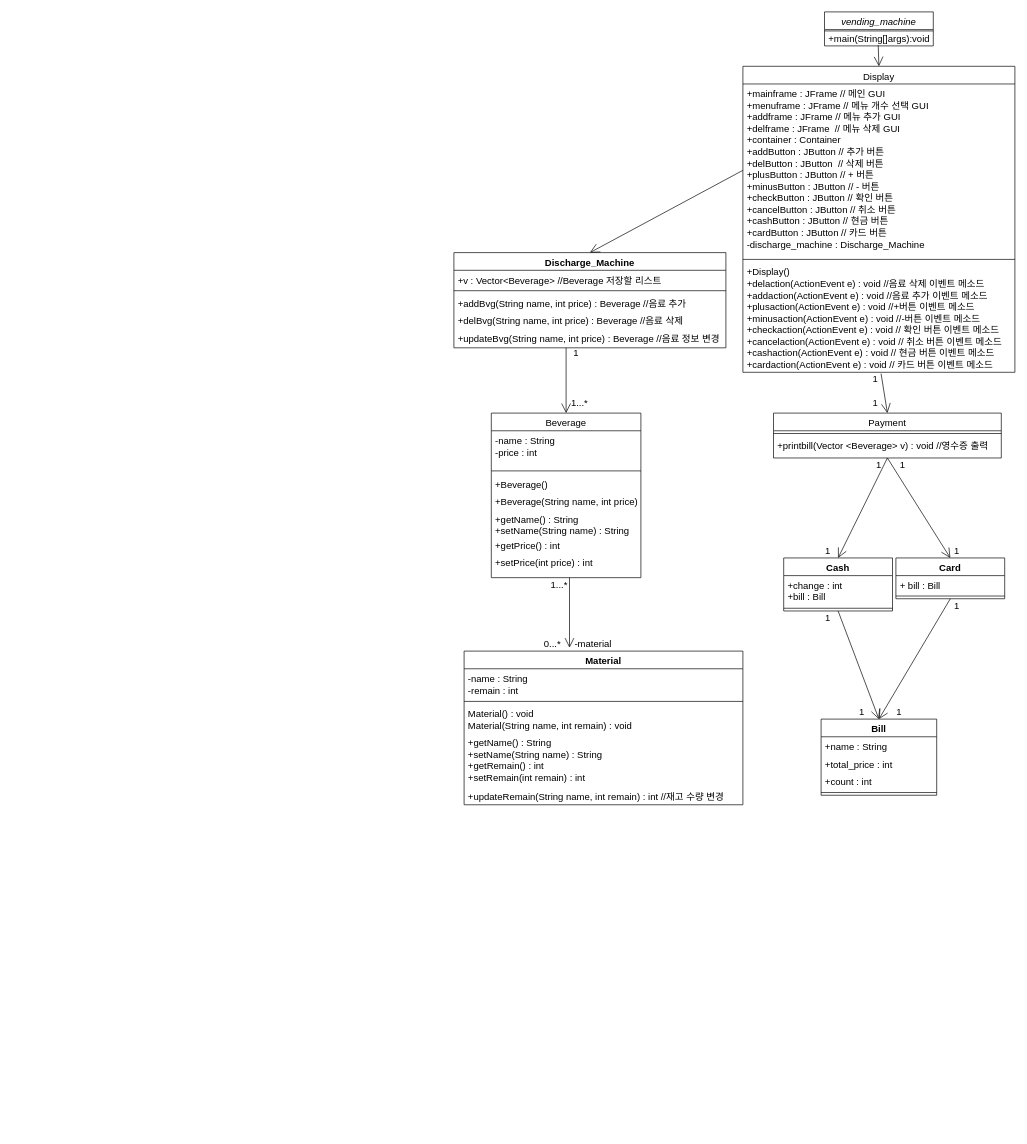
ans2568/Messenger keeps this draw.io diagram as Untitled Diagram.drawio. Above is the earlier version. Source tidied: cells renumbered, new cells numbered last; positions are measured from the earlier drawing's top-left corner, leaving out a move shared by most shapes. Both pictures are drawn from the tidied source at 68%, with x=0, y=0 at pixel (454, 12).
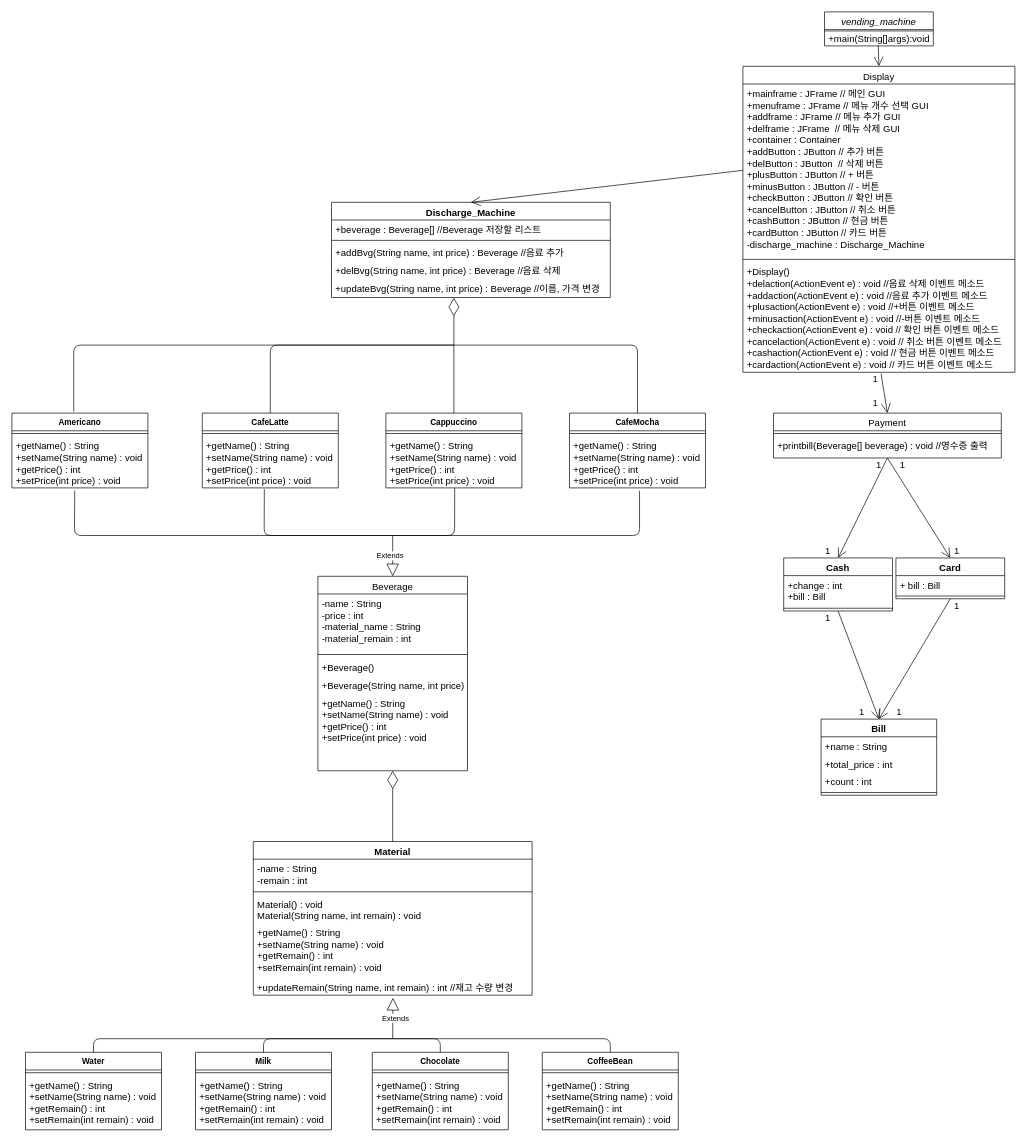
The same diagram, later.

The change refers to these unchanged cells:
```xml
<mxCell id="17" value="Payment" style="swimlane;fontStyle=0;align=center;verticalAlign=top;horizontal=1;startSize=26;rounded=0;shadow=0;strokeWidth=1;fontSize=14;" parent="1" vertex="1">
  <mxGeometry x="470" y="590" width="335" height="66" as="geometry" />
</mxCell>
<mxCell id="36" value="+updateRemain(String name, int remain) : int //재고 수량 변경" style="text;strokeColor=none;fillColor=none;align=left;verticalAlign=top;spacingLeft=4;spacingRight=4;overflow=hidden;points=[[0,0.5],[1,0.5]];portConstraint=eastwest;fontSize=14;" parent="31" vertex="1">
  <mxGeometry y="200" width="410" height="26" as="geometry" />
</mxCell>
```

The edit, as a diff of the source:
```diff
@@
     <mxCell id="5" value="Beverage" style="swimlane;fontStyle=0;align=center;verticalAlign=top;horizontal=1;startSize=26;rounded=0;shadow=0;strokeWidth=1;fontSize=14;" parent="1" vertex="1">
-      <mxGeometry x="55" y="590" width="220" height="242" as="geometry" />
+      <mxGeometry x="-200" y="830" width="220" height="286" as="geometry" />
     </mxCell>
-    <mxCell id="6" value="-name : String&#10;-price : int" style="text;align=left;verticalAlign=top;spacingLeft=4;spacingRight=4;overflow=hidden;fontSize=14;" parent="5" vertex="1">
-      <mxGeometry y="26" width="220" height="54" as="geometry" />
+    <mxCell id="6" value="-name : String&#10;-price : int&#10;-material_name : String&#10;-material_remain : int" style="text;align=left;verticalAlign=top;spacingLeft=4;spacingRight=4;overflow=hidden;fontSize=14;" parent="5" vertex="1">
+      <mxGeometry y="26" width="220" height="84" as="geometry" />
     </mxCell>
     <mxCell id="7" style="line;html=1;strokeWidth=1;align=left;verticalAlign=middle;spacingTop=-1;spacingLeft=3;spacingRight=3;labelPosition=right;fontSize=14;" parent="5" vertex="1">
-      <mxGeometry y="80" width="220" height="10" as="geometry" />
+      <mxGeometry y="110" width="220" height="10" as="geometry" />
     </mxCell>
     <mxCell id="8" value="+Beverage()" style="text;align=left;verticalAlign=top;spacingLeft=4;spacingRight=4;overflow=hidden;fontSize=14;" parent="5" vertex="1">
-      <mxGeometry y="90" width="220" height="26" as="geometry" />
+      <mxGeometry y="120" width="220" height="26" as="geometry" />
     </mxCell>
     <mxCell id="9" value="+Beverage(String name, int price)" style="text;align=left;verticalAlign=top;spacingLeft=4;spacingRight=4;overflow=hidden;fontSize=14;" parent="5" vertex="1">
-      <mxGeometry y="116" width="220" height="26" as="geometry" />
+      <mxGeometry y="146" width="220" height="26" as="geometry" />
     </mxCell>
-    <mxCell id="10" value="+getName() : String&#10;+setName(String name) : String" style="text;align=left;verticalAlign=top;spacingLeft=4;spacingRight=4;overflow=hidden;fontSize=14;" parent="5" vertex="1">
-      <mxGeometry y="142" width="220" height="38" as="geometry" />
-    </mxCell>
-    <mxCell id="11" value="+getPrice() : int" style="text;align=left;verticalAlign=top;spacingLeft=4;spacingRight=4;overflow=hidden;fontSize=14;" parent="5" vertex="1">
-      <mxGeometry y="180" width="220" height="26" as="geometry" />
-    </mxCell>
-    <mxCell id="12" value="+setPrice(int price) : int" style="text;align=left;verticalAlign=top;spacingLeft=4;spacingRight=4;overflow=hidden;fontSize=14;" parent="5" vertex="1">
-      <mxGeometry y="206" width="220" height="26" as="geometry" />
-    </mxCell>
+    <mxCell id="67" value="+getName() : String&#10;+setName(String name) : void&#10;+getPrice() : int&#10;+setPrice(int price) : void" style="text;align=left;verticalAlign=top;spacingLeft=4;spacingRight=4;overflow=hidden;fontSize=14;" parent="5" vertex="1">
+      <mxGeometry y="172" width="220" height="76" as="geometry" />
+    </mxCell>
@@
-    <mxCell id="19" value="+printbill(Vector &lt;Beverage&gt; v) : void //영수증 출력&#10;" style="text;align=left;verticalAlign=top;spacingLeft=4;spacingRight=4;overflow=hidden;fontSize=14;" parent="17" vertex="1">
+    <mxCell id="19" value="+printbill(Beverage[] beverage) : void //영수증 출력&#10;" style="text;align=left;verticalAlign=top;spacingLeft=4;spacingRight=4;overflow=hidden;fontSize=14;" parent="17" vertex="1">
       <mxGeometry y="34" width="335" height="26" as="geometry" />
     </mxCell>
@@
     <mxCell id="25" value="Discharge_Machine" style="swimlane;fontStyle=1;align=center;verticalAlign=top;horizontal=1;startSize=26;fillColor=#ffffff;html=0;fontSize=14;" parent="1" vertex="1">
-      <mxGeometry y="354" width="400" height="140" as="geometry" />
+      <mxGeometry x="-180" y="280" width="410" height="140" as="geometry" />
     </mxCell>
-    <mxCell id="26" value="+v : Vector&lt;Beverage&gt; //Beverage 저장할 리스트" style="text;strokeColor=none;fillColor=none;align=left;verticalAlign=top;spacingLeft=4;spacingRight=4;overflow=hidden;fontSize=14;" parent="25" vertex="1">
-      <mxGeometry y="26" width="400" height="26" as="geometry" />
+    <mxCell id="26" value="+beverage : Beverage[] //Beverage 저장할 리스트" style="text;strokeColor=none;fillColor=none;align=left;verticalAlign=top;spacingLeft=4;spacingRight=4;overflow=hidden;fontSize=14;" parent="25" vertex="1">
+      <mxGeometry y="26" width="410" height="26" as="geometry" />
     </mxCell>
     <mxCell id="27" style="line;strokeWidth=1;fillColor=none;align=left;verticalAlign=middle;spacingTop=-1;spacingLeft=3;spacingRight=3;labelPosition=right;fontSize=14;" parent="25" vertex="1">
-      <mxGeometry y="52" width="400" height="8" as="geometry" />
+      <mxGeometry y="52" width="410" height="8" as="geometry" />
     </mxCell>
     <mxCell id="28" value="+addBvg(String name, int price) : Beverage //음료 추가" style="text;align=left;verticalAlign=top;spacingLeft=4;spacingRight=4;overflow=hidden;fontSize=14;" parent="25" vertex="1">
-      <mxGeometry y="60" width="400" height="26" as="geometry" />
+      <mxGeometry y="60" width="410" height="26" as="geometry" />
     </mxCell>
     <mxCell id="29" value="+delBvg(String name, int price) : Beverage //음료 삭제" style="text;align=left;verticalAlign=top;spacingLeft=4;spacingRight=4;overflow=hidden;fontSize=14;" parent="25" vertex="1">
-      <mxGeometry y="86" width="400" height="26" as="geometry" />
+      <mxGeometry y="86" width="410" height="26" as="geometry" />
     </mxCell>
-    <mxCell id="30" value="+updateBvg(String name, int price) : Beverage //음료 정보 변경" style="text;align=left;verticalAlign=top;spacingLeft=4;spacingRight=4;overflow=hidden;points=[[0,0.5],[1,0.5]];portConstraint=eastwest;fontSize=14;" parent="25" vertex="1">
-      <mxGeometry y="112" width="400" height="28" as="geometry" />
+    <mxCell id="30" value="+updateBvg(String name, int price) : Beverage //이름, 가격 변경" style="text;align=left;verticalAlign=top;spacingLeft=4;spacingRight=4;overflow=hidden;points=[[0,0.5],[1,0.5]];portConstraint=eastwest;fontSize=14;" parent="25" vertex="1">
+      <mxGeometry y="112" width="410" height="28" as="geometry" />
     </mxCell>
     <mxCell id="31" value="Material" style="swimlane;fontStyle=1;align=center;verticalAlign=top;horizontal=1;startSize=26;fontSize=14;" parent="1" vertex="1">
-      <mxGeometry x="15" y="940" width="410" height="226" as="geometry" />
+      <mxGeometry x="-295" y="1220" width="410" height="226" as="geometry" />
     </mxCell>
@@
-    <mxCell id="35" value="+getName() : String&#10;+setName(String name) : String&#10;+getRemain() : int&#10;+setRemain(int remain) : int" style="text;strokeColor=none;fillColor=none;align=left;verticalAlign=top;spacingLeft=4;spacingRight=4;overflow=hidden;fontSize=14;" parent="31" vertex="1">
+    <mxCell id="35" value="+getName() : String&#10;+setName(String name) : void&#10;+getRemain() : int&#10;+setRemain(int remain) : void" style="text;strokeColor=none;fillColor=none;align=left;verticalAlign=top;spacingLeft=4;spacingRight=4;overflow=hidden;fontSize=14;" parent="31" vertex="1">
       <mxGeometry y="120" width="410" height="80" as="geometry" />
     </mxCell>
@@
-    <mxCell id="37" style="endArrow=open;endFill=1;endSize=12;html=1;entryX=0;entryY=0.75;entryDx=0;entryDy=0;fontSize=14;" parent="1" edge="1" target="38">
-      <mxGeometry relative="1" as="geometry">
-        <mxPoint x="170" y="832" as="sourcePoint" />
-      </mxGeometry>
-    </mxCell>
-    <mxCell id="38" value="-material" style="text;html=1;strokeColor=none;fillColor=none;align=center;verticalAlign=middle;whiteSpace=wrap;rounded=0;fontSize=14;" parent="1" vertex="1">
-      <mxGeometry x="170" y="920" width="70" height="20" as="geometry" />
-    </mxCell>
-    <mxCell id="39" style="endArrow=open;endFill=1;endSize=12;html=1;entryX=0.5;entryY=0;entryDx=0;entryDy=0;fontSize=14;" parent="1" edge="1" target="5">
-      <mxGeometry relative="1" as="geometry">
-        <mxPoint x="165" y="494" as="sourcePoint" />
-      </mxGeometry>
-    </mxCell>
-    <mxCell id="40" value="1" style="text;html=1;strokeColor=none;fillColor=none;align=center;verticalAlign=middle;whiteSpace=wrap;rounded=0;fontSize=14;" parent="1" vertex="1">
-      <mxGeometry x="170" y="492" width="20" height="20" as="geometry" />
-    </mxCell>
-    <mxCell id="41" value="1...*" style="text;html=1;strokeColor=none;fillColor=none;align=center;verticalAlign=middle;whiteSpace=wrap;rounded=0;fontSize=14;" parent="1" vertex="1">
-      <mxGeometry x="170" y="565" width="30" height="20" as="geometry" />
-    </mxCell>
@@
-    <mxCell id="63" value="1...*" style="text;html=1;strokeColor=none;fillColor=none;align=center;verticalAlign=middle;whiteSpace=wrap;rounded=0;fontSize=14;" parent="1" vertex="1">
-      <mxGeometry x="140" y="832" width="30" height="20" as="geometry" />
-    </mxCell>
-    <mxCell id="64" value="0...*" style="text;html=1;strokeColor=none;fillColor=none;align=center;verticalAlign=middle;whiteSpace=wrap;rounded=0;fontSize=14;" parent="1" vertex="1">
-      <mxGeometry x="130" y="920" width="30" height="20" as="geometry" />
-    </mxCell>
@@
+    <mxCell id="68" value="Cappuccino" style="swimlane;fontStyle=1;align=center;verticalAlign=top;horizontal=1;startSize=26;" parent="1" vertex="1">
+      <mxGeometry x="-100" y="590" width="200" height="110" as="geometry" />
+    </mxCell>
+    <mxCell id="69" style="line;strokeWidth=1;fillColor=none;align=left;verticalAlign=middle;spacingTop=-1;spacingLeft=3;spacingRight=3;labelPosition=right;" parent="68" vertex="1">
+      <mxGeometry y="26" width="200" height="8" as="geometry" />
+    </mxCell>
+    <mxCell id="70" value="+getName() : String&#10;+setName(String name) : void&#10;+getPrice() : int&#10;+setPrice(int price) : void" style="text;align=left;verticalAlign=top;spacingLeft=4;spacingRight=4;overflow=hidden;points=[[0,0.5],[1,0.5]];portConstraint=eastwest;fontSize=14;" parent="68" vertex="1">
+      <mxGeometry y="34" width="200" height="76" as="geometry" />
+    </mxCell>
+    <mxCell id="71" value="CafeMocha" style="swimlane;fontStyle=1;align=center;verticalAlign=top;horizontal=1;startSize=26;" parent="1" vertex="1">
+      <mxGeometry x="170" y="590" width="200" height="110" as="geometry" />
+    </mxCell>
+    <mxCell id="72" style="line;strokeWidth=1;fillColor=none;align=left;verticalAlign=middle;spacingTop=-1;spacingLeft=3;spacingRight=3;labelPosition=right;" parent="71" vertex="1">
+      <mxGeometry y="26" width="200" height="8" as="geometry" />
+    </mxCell>
+    <mxCell id="73" value="+getName() : String&#10;+setName(String name) : void&#10;+getPrice() : int&#10;+setPrice(int price) : void" style="text;align=left;verticalAlign=top;spacingLeft=4;spacingRight=4;overflow=hidden;points=[[0,0.5],[1,0.5]];portConstraint=eastwest;fontSize=14;" parent="71" vertex="1">
+      <mxGeometry y="34" width="200" height="76" as="geometry" />
+    </mxCell>
+    <mxCell id="74" value="CafeLatte" style="swimlane;fontStyle=1;align=center;verticalAlign=top;horizontal=1;startSize=26;" parent="1" vertex="1">
+      <mxGeometry x="-370" y="590" width="200" height="110" as="geometry" />
+    </mxCell>
+    <mxCell id="75" style="line;strokeWidth=1;fillColor=none;align=left;verticalAlign=middle;spacingTop=-1;spacingLeft=3;spacingRight=3;labelPosition=right;" parent="74" vertex="1">
+      <mxGeometry y="26" width="200" height="8" as="geometry" />
+    </mxCell>
+    <mxCell id="76" value="+getName() : String&#10;+setName(String name) : void&#10;+getPrice() : int&#10;+setPrice(int price) : void" style="text;align=left;verticalAlign=top;spacingLeft=4;spacingRight=4;overflow=hidden;points=[[0,0.5],[1,0.5]];portConstraint=eastwest;fontSize=14;" parent="74" vertex="1">
+      <mxGeometry y="34" width="200" height="76" as="geometry" />
+    </mxCell>
+    <mxCell id="77" value="Americano" style="swimlane;fontStyle=1;align=center;verticalAlign=top;horizontal=1;startSize=26;" parent="1" vertex="1">
+      <mxGeometry x="-650" y="590" width="200" height="110" as="geometry" />
+    </mxCell>
+    <mxCell id="78" style="line;strokeWidth=1;fillColor=none;align=left;verticalAlign=middle;spacingTop=-1;spacingLeft=3;spacingRight=3;labelPosition=right;" parent="77" vertex="1">
+      <mxGeometry y="26" width="200" height="8" as="geometry" />
+    </mxCell>
+    <mxCell id="79" value="+getName() : String&#10;+setName(String name) : void&#10;+getPrice() : int&#10;+setPrice(int price) : void" style="text;align=left;verticalAlign=top;spacingLeft=4;spacingRight=4;overflow=hidden;points=[[0,0.5],[1,0.5]];portConstraint=eastwest;fontSize=14;" parent="77" vertex="1">
+      <mxGeometry y="34" width="200" height="76" as="geometry" />
+    </mxCell>
+    <mxCell id="80" value="Extends" style="endArrow=block;endSize=16;endFill=0;html=1;entryX=0.5;entryY=0;entryDx=0;entryDy=0;" parent="1" edge="1" target="5">
+      <mxGeometry x="0.01" y="-4" relative="1" as="geometry">
+        <mxPoint x="-90" y="770" as="sourcePoint" />
+      </mxGeometry>
+    </mxCell>
+    <mxCell id="81" style="endArrow=none;html=1;entryX=0.515;entryY=1.053;entryDx=0;entryDy=0;entryPerimeter=0;" parent="1" edge="1" target="73">
+      <mxGeometry relative="1" as="geometry">
+        <mxPoint x="-90" y="770" as="sourcePoint" />
+        <Array as="points">
+          <mxPoint x="273" y="770" />
+        </Array>
+      </mxGeometry>
+    </mxCell>
+    <mxCell id="82" style="endArrow=none;html=1;entryX=0.462;entryY=1.053;entryDx=0;entryDy=0;entryPerimeter=0;" parent="1" edge="1" target="79">
+      <mxGeometry relative="1" as="geometry">
+        <mxPoint x="-90" y="770" as="sourcePoint" />
+        <Array as="points">
+          <mxPoint x="-558" y="770" />
+        </Array>
+      </mxGeometry>
+    </mxCell>
+    <mxCell id="83" style="endArrow=none;html=1;exitX=0.506;exitY=1.006;exitDx=0;exitDy=0;exitPerimeter=0;" parent="1" edge="1" source="70">
+      <mxGeometry relative="1" as="geometry">
+        <mxPoint x="-90" y="770" as="targetPoint" />
+        <Array as="points">
+          <mxPoint x="1" y="770" />
+        </Array>
+      </mxGeometry>
+    </mxCell>
+    <mxCell id="84" style="endArrow=none;html=1;exitX=0.456;exitY=1.022;exitDx=0;exitDy=0;exitPerimeter=0;" parent="1" edge="1" source="76">
+      <mxGeometry relative="1" as="geometry">
+        <mxPoint x="-90" y="770" as="targetPoint" />
+        <Array as="points">
+          <mxPoint x="-279" y="770" />
+        </Array>
+      </mxGeometry>
+    </mxCell>
+    <mxCell id="85" style="endArrow=diamondThin;endFill=0;endSize=24;html=1;entryX=0.439;entryY=1.017;entryDx=0;entryDy=0;entryPerimeter=0;" parent="1" edge="1" target="30">
+      <mxGeometry relative="1" as="geometry">
+        <mxPoint y="490" as="sourcePoint" />
+      </mxGeometry>
+    </mxCell>
+    <mxCell id="86" style="endArrow=none;html=1;entryX=0.5;entryY=0;entryDx=0;entryDy=0;" parent="1" edge="1" target="71">
+      <mxGeometry relative="1" as="geometry">
+        <mxPoint y="490" as="sourcePoint" />
+        <Array as="points">
+          <mxPoint x="270" y="490" />
+        </Array>
+      </mxGeometry>
+    </mxCell>
+    <mxCell id="87" style="endArrow=none;html=1;exitX=0.5;exitY=0;exitDx=0;exitDy=0;" parent="1" edge="1" source="68">
+      <mxGeometry relative="1" as="geometry">
+        <mxPoint y="490" as="targetPoint" />
+      </mxGeometry>
+    </mxCell>
+    <mxCell id="88" style="endArrow=none;html=1;entryX=0.5;entryY=0;entryDx=0;entryDy=0;" parent="1" edge="1" target="74">
+      <mxGeometry relative="1" as="geometry">
+        <mxPoint y="490" as="sourcePoint" />
+        <Array as="points">
+          <mxPoint x="-270" y="490" />
+        </Array>
+      </mxGeometry>
+    </mxCell>
+    <mxCell id="89" style="endArrow=none;html=1;edgeStyle=elbowEdgeStyle;entryX=0.456;entryY=-0.022;entryDx=0;entryDy=0;entryPerimeter=0;" parent="1" edge="1" target="77">
+      <mxGeometry relative="1" as="geometry">
+        <mxPoint y="490" as="sourcePoint" />
+        <Array as="points">
+          <mxPoint x="-559" y="510" />
+        </Array>
+      </mxGeometry>
+    </mxCell>
+    <mxCell id="90" style="endArrow=diamondThin;endFill=0;endSize=24;html=1;exitX=0.5;exitY=0;exitDx=0;exitDy=0;entryX=0.5;entryY=1;entryDx=0;entryDy=0;" parent="1" edge="1" source="31" target="5">
+      <mxGeometry relative="1" as="geometry" />
+    </mxCell>
+    <mxCell id="91" value="CoffeeBean" style="swimlane;fontStyle=1;align=center;verticalAlign=top;horizontal=1;startSize=26;" parent="1" vertex="1">
+      <mxGeometry x="130" y="1530" width="200" height="114" as="geometry" />
+    </mxCell>
+    <mxCell id="92" style="line;strokeWidth=1;fillColor=none;align=left;verticalAlign=middle;spacingTop=-1;spacingLeft=3;spacingRight=3;labelPosition=right;" parent="91" vertex="1">
+      <mxGeometry y="26" width="200" height="8" as="geometry" />
+    </mxCell>
+    <mxCell id="93" value="+getName() : String&#10;+setName(String name) : void&#10;+getRemain() : int&#10;+setRemain(int remain) : void" style="text;strokeColor=none;fillColor=none;align=left;verticalAlign=top;spacingLeft=4;spacingRight=4;overflow=hidden;fontSize=14;" parent="91" vertex="1">
+      <mxGeometry y="34" width="200" height="80" as="geometry" />
+    </mxCell>
+    <mxCell id="94" value="Chocolate" style="swimlane;fontStyle=1;align=center;verticalAlign=top;horizontal=1;startSize=26;" parent="1" vertex="1">
+      <mxGeometry x="-120" y="1530" width="200" height="114" as="geometry" />
+    </mxCell>
+    <mxCell id="95" style="line;strokeWidth=1;fillColor=none;align=left;verticalAlign=middle;spacingTop=-1;spacingLeft=3;spacingRight=3;labelPosition=right;" parent="94" vertex="1">
+      <mxGeometry y="26" width="200" height="8" as="geometry" />
+    </mxCell>
+    <mxCell id="96" value="+getName() : String&#10;+setName(String name) : void&#10;+getRemain() : int&#10;+setRemain(int remain) : void" style="text;strokeColor=none;fillColor=none;align=left;verticalAlign=top;spacingLeft=4;spacingRight=4;overflow=hidden;fontSize=14;" parent="94" vertex="1">
+      <mxGeometry y="34" width="200" height="80" as="geometry" />
+    </mxCell>
+    <mxCell id="97" value="Milk" style="swimlane;fontStyle=1;align=center;verticalAlign=top;horizontal=1;startSize=26;" parent="1" vertex="1">
+      <mxGeometry x="-380" y="1530" width="200" height="114" as="geometry" />
+    </mxCell>
+    <mxCell id="98" style="line;strokeWidth=1;fillColor=none;align=left;verticalAlign=middle;spacingTop=-1;spacingLeft=3;spacingRight=3;labelPosition=right;" parent="97" vertex="1">
+      <mxGeometry y="26" width="200" height="8" as="geometry" />
+    </mxCell>
+    <mxCell id="99" value="+getName() : String&#10;+setName(String name) : void&#10;+getRemain() : int&#10;+setRemain(int remain) : void" style="text;strokeColor=none;fillColor=none;align=left;verticalAlign=top;spacingLeft=4;spacingRight=4;overflow=hidden;fontSize=14;" parent="97" vertex="1">
+      <mxGeometry y="34" width="200" height="80" as="geometry" />
+    </mxCell>
+    <mxCell id="100" value="Water" style="swimlane;fontStyle=1;align=center;verticalAlign=top;horizontal=1;startSize=26;" parent="1" vertex="1">
+      <mxGeometry x="-630" y="1530" width="200" height="114" as="geometry" />
+    </mxCell>
+    <mxCell id="101" style="line;strokeWidth=1;fillColor=none;align=left;verticalAlign=middle;spacingTop=-1;spacingLeft=3;spacingRight=3;labelPosition=right;" parent="100" vertex="1">
+      <mxGeometry y="26" width="200" height="8" as="geometry" />
+    </mxCell>
+    <mxCell id="102" value="+getName() : String&#10;+setName(String name) : void&#10;+getRemain() : int&#10;+setRemain(int remain) : void" style="text;strokeColor=none;fillColor=none;align=left;verticalAlign=top;spacingLeft=4;spacingRight=4;overflow=hidden;fontSize=14;" parent="100" vertex="1">
+      <mxGeometry y="34" width="200" height="80" as="geometry" />
+    </mxCell>
+    <mxCell id="103" value="Extends" style="endArrow=block;endSize=16;endFill=0;html=1;entryX=0.501;entryY=1.149;entryDx=0;entryDy=0;entryPerimeter=0;" parent="1" edge="1" target="36">
+      <mxGeometry x="0.01" y="-4" relative="1" as="geometry">
+        <mxPoint x="-90" y="1510" as="sourcePoint" />
+      </mxGeometry>
+    </mxCell>
+    <mxCell id="104" style="endArrow=none;html=1;exitX=0.5;exitY=0;exitDx=0;exitDy=0;" parent="1" edge="1" source="100">
+      <mxGeometry relative="1" as="geometry">
+        <mxPoint x="-90" y="1510" as="targetPoint" />
+        <Array as="points">
+          <mxPoint x="-530" y="1510" />
+        </Array>
+      </mxGeometry>
+    </mxCell>
+    <mxCell id="105" style="endArrow=none;html=1;exitX=0.5;exitY=0;exitDx=0;exitDy=0;" parent="1" edge="1" source="91">
+      <mxGeometry relative="1" as="geometry">
+        <mxPoint x="-90" y="1510" as="targetPoint" />
+        <Array as="points">
+          <mxPoint x="230" y="1510" />
+        </Array>
+      </mxGeometry>
+    </mxCell>
+    <mxCell id="106" style="endArrow=none;html=1;exitX=0.5;exitY=0;exitDx=0;exitDy=0;" parent="1" edge="1" source="94">
+      <mxGeometry relative="1" as="geometry">
+        <mxPoint x="-90" y="1510" as="targetPoint" />
+        <Array as="points">
+          <mxPoint x="-20" y="1510" />
+        </Array>
+      </mxGeometry>
+    </mxCell>
+    <mxCell id="107" style="endArrow=none;html=1;exitX=0.5;exitY=0;exitDx=0;exitDy=0;" parent="1" edge="1" source="97">
+      <mxGeometry relative="1" as="geometry">
+        <mxPoint x="-90" y="1510" as="targetPoint" />
+        <Array as="points">
+          <mxPoint x="-280" y="1510" />
+        </Array>
+      </mxGeometry>
+    </mxCell>
```
